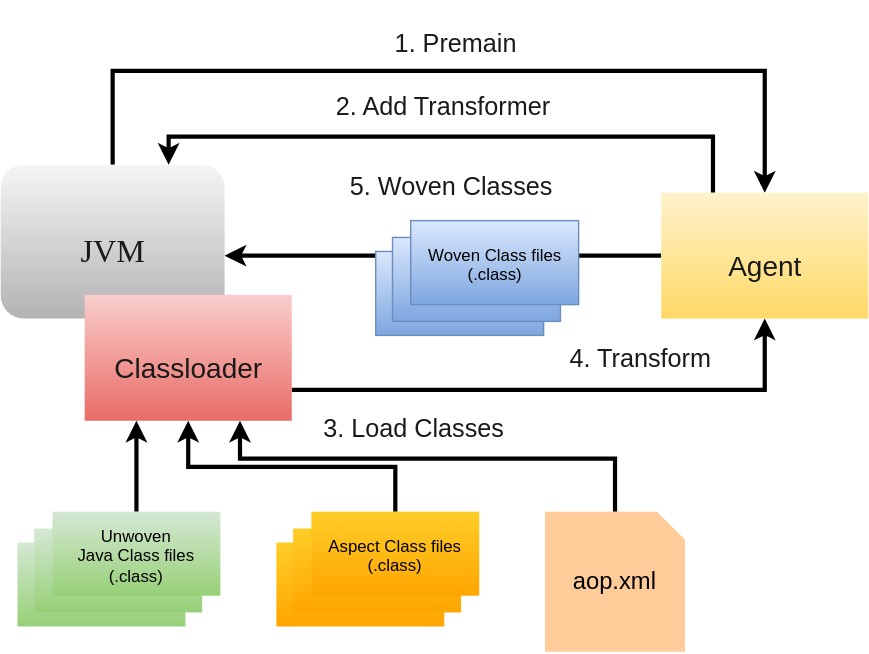
The draw.io diagram img/aspectj-loadtime-weaving.svg in indrabasak/spring-loadtime-weaving-example, before a commit. Source tidied: cells renumbered, new cells last; positions are measured from the earlier drawing's top-left corner, leaving out a move shared by most shapes.
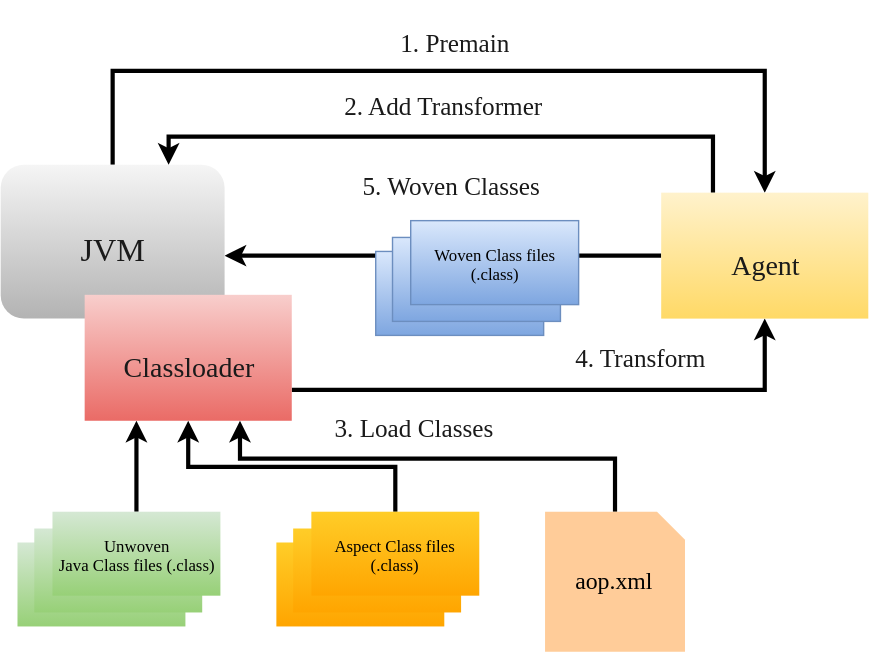
Above is the later version.

Diff of the diagram source:
```diff
@@ -2,43 +2,43 @@
   <root>
     <mxCell id="0" />
     <mxCell id="1" parent="0" />
-    <mxCell id="2" style="edgeStyle=orthogonalEdgeStyle;rounded=0;html=1;exitX=0;exitY=0.5;entryX=1;entryY=0.591;entryPerimeter=0;jettySize=auto;strokeWidth=3;fontSize=40;fontColor=#00CC00;" parent="1" edge="1" source="19" target="15">
+    <mxCell id="2" style="edgeStyle=orthogonalEdgeStyle;rounded=0;html=1;exitX=0;exitY=0.5;entryX=1;entryY=0.591;entryPerimeter=0;jettySize=auto;strokeWidth=3;fontSize=40;fontColor=#00CC00;fontFamily=Garamond;" parent="1" edge="1" source="19" target="15">
       <mxGeometry relative="1" as="geometry" />
     </mxCell>
-    <mxCell id="3" style="rounded=0;whiteSpace=wrap;html=1;fillColor=#d5e8d4;strokeColor=none;gradientColor=#97d077;" parent="1" vertex="1">
+    <mxCell id="3" style="rounded=0;whiteSpace=wrap;html=1;fillColor=#d5e8d4;strokeColor=none;gradientColor=#97d077;fontFamily=Garamond;" parent="1" vertex="1">
       <mxGeometry x="12" y="387" width="120" height="60" as="geometry" />
     </mxCell>
-    <mxCell id="4" style="rounded=0;whiteSpace=wrap;html=1;fillColor=#d5e8d4;strokeColor=none;gradientColor=#97d077;" parent="1" vertex="1">
+    <mxCell id="4" style="rounded=0;whiteSpace=wrap;html=1;fillColor=#d5e8d4;strokeColor=none;gradientColor=#97d077;fontFamily=Garamond;" parent="1" vertex="1">
       <mxGeometry x="24" y="377" width="120" height="60" as="geometry" />
     </mxCell>
-    <mxCell id="5" style="edgeStyle=orthogonalEdgeStyle;rounded=0;html=1;exitX=0.5;exitY=0;entryX=0.25;entryY=1;jettySize=auto;strokeWidth=3;fontSize=40;fontColor=#00CC00;" parent="1" edge="1" source="6" target="17">
+    <mxCell id="5" style="edgeStyle=orthogonalEdgeStyle;rounded=0;html=1;exitX=0.5;exitY=0;entryX=0.25;entryY=1;jettySize=auto;strokeWidth=3;fontSize=40;fontColor=#00CC00;fontFamily=Garamond;" parent="1" edge="1" source="6" target="17">
       <mxGeometry relative="1" as="geometry" />
     </mxCell>
-    <mxCell id="6" value="Unwoven &lt;br&gt;Java Class files (.class)" style="rounded=0;whiteSpace=wrap;html=1;fillColor=#d5e8d4;strokeColor=none;gradientColor=#97d077;" parent="1" vertex="1">
+    <mxCell id="6" value="Unwoven &lt;br&gt;Java Class files (.class)" style="rounded=0;whiteSpace=wrap;html=1;fillColor=#d5e8d4;strokeColor=none;gradientColor=#97d077;fontFamily=Garamond;" parent="1" vertex="1">
       <mxGeometry x="37" y="365" width="120" height="60" as="geometry" />
     </mxCell>
-    <mxCell id="7" style="rounded=0;whiteSpace=wrap;html=1;fillColor=#ffcd28;strokeColor=none;gradientColor=#ffa500;" parent="1" vertex="1">
+    <mxCell id="7" style="rounded=0;whiteSpace=wrap;html=1;fillColor=#ffcd28;strokeColor=none;gradientColor=#ffa500;fontFamily=Garamond;" parent="1" vertex="1">
       <mxGeometry x="197" y="387" width="120" height="60" as="geometry" />
     </mxCell>
-    <mxCell id="8" style="rounded=0;whiteSpace=wrap;html=1;fillColor=#ffcd28;strokeColor=none;gradientColor=#ffa500;" parent="1" vertex="1">
+    <mxCell id="8" style="rounded=0;whiteSpace=wrap;html=1;fillColor=#ffcd28;strokeColor=none;gradientColor=#ffa500;fontFamily=Garamond;" parent="1" vertex="1">
       <mxGeometry x="209" y="377" width="120" height="60" as="geometry" />
     </mxCell>
-    <mxCell id="9" style="edgeStyle=orthogonalEdgeStyle;rounded=0;html=1;exitX=0.5;exitY=0;entryX=0.5;entryY=1;jettySize=auto;strokeWidth=3;fontSize=40;fontColor=#00CC00;" parent="1" edge="1" source="10" target="17">
+    <mxCell id="9" style="edgeStyle=orthogonalEdgeStyle;rounded=0;html=1;exitX=0.5;exitY=0;entryX=0.5;entryY=1;jettySize=auto;strokeWidth=3;fontSize=40;fontColor=#00CC00;fontFamily=Garamond;" parent="1" edge="1" source="10" target="17">
       <mxGeometry relative="1" as="geometry" />
     </mxCell>
-    <mxCell id="10" value="Aspect Class files (.class)" style="rounded=0;whiteSpace=wrap;html=1;fillColor=#ffcd28;strokeColor=none;gradientColor=#ffa500;" parent="1" vertex="1">
+    <mxCell id="10" value="Aspect Class files (.class)" style="rounded=0;whiteSpace=wrap;html=1;fillColor=#ffcd28;strokeColor=none;gradientColor=#ffa500;fontFamily=Garamond;" parent="1" vertex="1">
       <mxGeometry x="222" y="365" width="120" height="60" as="geometry" />
     </mxCell>
-    <mxCell id="11" style="rounded=0;whiteSpace=wrap;html=1;fillColor=#dae8fc;strokeColor=#6c8ebf;gradientColor=#7ea6e0;" parent="1" vertex="1">
+    <mxCell id="11" style="rounded=0;whiteSpace=wrap;html=1;fillColor=#dae8fc;strokeColor=#6c8ebf;gradientColor=#7ea6e0;fontFamily=Garamond;" parent="1" vertex="1">
       <mxGeometry x="268" y="179" width="120" height="60" as="geometry" />
     </mxCell>
-    <mxCell id="12" style="rounded=0;whiteSpace=wrap;html=1;fillColor=#dae8fc;strokeColor=#6c8ebf;gradientColor=#7ea6e0;" parent="1" vertex="1">
+    <mxCell id="12" style="rounded=0;whiteSpace=wrap;html=1;fillColor=#dae8fc;strokeColor=#6c8ebf;gradientColor=#7ea6e0;fontFamily=Garamond;" parent="1" vertex="1">
       <mxGeometry x="280" y="169" width="120" height="60" as="geometry" />
     </mxCell>
-    <mxCell id="13" value="Woven Class files (.class)" style="rounded=0;whiteSpace=wrap;html=1;fillColor=#dae8fc;strokeColor=#6c8ebf;gradientColor=#7ea6e0;" parent="1" vertex="1">
+    <mxCell id="13" value="Woven Class files (.class)" style="rounded=0;whiteSpace=wrap;html=1;fillColor=#dae8fc;strokeColor=#6c8ebf;gradientColor=#7ea6e0;fontFamily=Garamond;" parent="1" vertex="1">
       <mxGeometry x="293" y="157" width="120" height="60" as="geometry" />
     </mxCell>
-    <mxCell id="14" style="edgeStyle=orthogonalEdgeStyle;rounded=0;html=1;exitX=0.5;exitY=0;entryX=0.5;entryY=0;jettySize=auto;fontSize=40;fontColor=#00CC00;strokeWidth=3;" parent="1" edge="1" source="15" target="19">
+    <mxCell id="14" style="edgeStyle=orthogonalEdgeStyle;rounded=0;html=1;exitX=0.5;exitY=0;entryX=0.5;entryY=0;jettySize=auto;fontSize=40;fontColor=#00CC00;strokeWidth=3;fontFamily=Garamond;" parent="1" edge="1" source="15" target="19">
       <mxGeometry relative="1" as="geometry">
         <Array as="points">
           <mxPoint x="80" y="50" />
@@ -46,22 +46,22 @@
         </Array>
       </mxGeometry>
     </mxCell>
-    <mxCell id="15" value="&lt;font face=&quot;Garamond&quot; color=&quot;#1a1a1a&quot; style=&quot;font-size: 23px&quot;&gt;JVM&lt;/font&gt;" style="rounded=1;whiteSpace=wrap;html=1;fontSize=40;fontColor=#00CC00;strokeColor=none;fillColor=#f5f5f5;gradientColor=#b3b3b3;" parent="1" vertex="1">
+    <mxCell id="15" value="&lt;font face=&quot;Garamond&quot; color=&quot;#1a1a1a&quot; style=&quot;font-size: 23px&quot;&gt;JVM&lt;/font&gt;" style="rounded=1;whiteSpace=wrap;html=1;fontSize=40;fontColor=#00CC00;strokeColor=none;fillColor=#f5f5f5;gradientColor=#b3b3b3;fontFamily=Garamond;" parent="1" vertex="1">
       <mxGeometry y="117" width="160" height="110" as="geometry" />
     </mxCell>
-    <mxCell id="16" style="edgeStyle=orthogonalEdgeStyle;rounded=0;html=1;exitX=1;exitY=0.75;entryX=0.5;entryY=1;jettySize=auto;strokeWidth=3;fontSize=40;fontColor=#00CC00;" parent="1" edge="1" source="17" target="19">
+    <mxCell id="16" style="edgeStyle=orthogonalEdgeStyle;rounded=0;html=1;exitX=1;exitY=0.75;entryX=0.5;entryY=1;jettySize=auto;strokeWidth=3;fontSize=40;fontColor=#00CC00;fontFamily=Garamond;" parent="1" edge="1" source="17" target="19">
       <mxGeometry relative="1" as="geometry" />
     </mxCell>
-    <mxCell id="17" value="&lt;font style=&quot;font-size: 20px&quot; color=&quot;#1a1a1a&quot;&gt;Classloader&lt;/font&gt;" style="rounded=0;whiteSpace=wrap;html=1;fontSize=40;fontColor=#00CC00;fillColor=#f8cecc;strokeColor=none;gradientColor=#ea6b66;" parent="1" vertex="1">
+    <mxCell id="17" value="&lt;font style=&quot;font-size: 20px&quot; color=&quot;#1a1a1a&quot;&gt;Classloader&lt;/font&gt;" style="rounded=0;whiteSpace=wrap;html=1;fontSize=40;fontColor=#00CC00;fillColor=#f8cecc;strokeColor=none;gradientColor=#ea6b66;fontFamily=Garamond;" parent="1" vertex="1">
       <mxGeometry x="60" y="210" width="148" height="90" as="geometry" />
     </mxCell>
-    <mxCell id="18" style="edgeStyle=orthogonalEdgeStyle;rounded=0;html=1;exitX=0.25;exitY=0;entryX=0.75;entryY=0;jettySize=auto;fontSize=40;fontColor=#00CC00;strokeWidth=3;" parent="1" edge="1" source="19" target="15">
+    <mxCell id="18" style="edgeStyle=orthogonalEdgeStyle;rounded=0;html=1;exitX=0.25;exitY=0;entryX=0.75;entryY=0;jettySize=auto;fontSize=40;fontColor=#00CC00;strokeWidth=3;fontFamily=Garamond;" parent="1" edge="1" source="19" target="15">
       <mxGeometry relative="1" as="geometry" />
     </mxCell>
-    <mxCell id="19" value="&lt;font style=&quot;font-size: 20px&quot; color=&quot;#1a1a1a&quot;&gt;Agent&lt;/font&gt;" style="rounded=0;whiteSpace=wrap;html=1;fontSize=40;fontColor=#00CC00;fillColor=#fff2cc;strokeColor=none;gradientColor=#ffd966;" parent="1" vertex="1">
+    <mxCell id="19" value="&lt;font style=&quot;font-size: 20px&quot; color=&quot;#1a1a1a&quot;&gt;Agent&lt;/font&gt;" style="rounded=0;whiteSpace=wrap;html=1;fontSize=40;fontColor=#00CC00;fillColor=#fff2cc;strokeColor=none;gradientColor=#ffd966;fontFamily=Garamond;" parent="1" vertex="1">
       <mxGeometry x="472" y="137" width="148" height="90" as="geometry" />
     </mxCell>
-    <mxCell id="20" style="edgeStyle=orthogonalEdgeStyle;rounded=0;html=1;exitX=0.5;exitY=0;entryX=0.75;entryY=1;jettySize=auto;strokeWidth=3;fontSize=40;fontColor=#00CC00;" parent="1" edge="1" source="21" target="17">
+    <mxCell id="20" style="edgeStyle=orthogonalEdgeStyle;rounded=0;html=1;exitX=0.5;exitY=0;entryX=0.75;entryY=1;jettySize=auto;strokeWidth=3;fontSize=40;fontColor=#00CC00;fontFamily=Garamond;" parent="1" edge="1" source="21" target="17">
       <mxGeometry relative="1" as="geometry">
         <Array as="points">
           <mxPoint x="439" y="327" />
@@ -69,22 +69,22 @@
         </Array>
       </mxGeometry>
     </mxCell>
-    <mxCell id="21" value="aop.xml" style="shape=note;strokeWidth=2;fontSize=17;size=20;whiteSpace=wrap;html=1;fillColor=#ffcc99;strokeColor=none;" parent="1" vertex="1">
+    <mxCell id="21" value="aop.xml" style="shape=note;strokeWidth=2;fontSize=17;size=20;whiteSpace=wrap;html=1;fillColor=#ffcc99;strokeColor=none;fontFamily=Garamond;" parent="1" vertex="1">
       <mxGeometry x="389" y="365" width="100" height="100" as="geometry" />
     </mxCell>
-    <mxCell id="22" value="&lt;font style=&quot;font-size: 18px;&quot; color=&quot;#1a1a1a&quot;&gt;1. Premain&lt;/font&gt;" style="text;html=1;align=center;verticalAlign=middle;fillColor=none;strokeColor=none;rounded=0;fontSize=18;fontColor=#1A1A1A;" parent="1" vertex="1">
+    <mxCell id="22" value="&lt;font style=&quot;font-size: 18px;&quot; color=&quot;#1a1a1a&quot;&gt;1. Premain&lt;/font&gt;" style="text;html=1;align=center;verticalAlign=middle;fillColor=none;strokeColor=none;rounded=0;fontSize=18;fontColor=#1A1A1A;fontFamily=Garamond;" parent="1" vertex="1">
       <mxGeometry x="270" width="110" height="60" as="geometry" />
     </mxCell>
-    <mxCell id="23" value="&lt;font style=&quot;font-size: 18px&quot; color=&quot;#1a1a1a&quot;&gt;2. Add Transformer&lt;/font&gt;" style="text;html=1;align=center;verticalAlign=middle;fillColor=none;strokeColor=none;rounded=0;fontSize=18;fontColor=#1A1A1A;" parent="1" vertex="1">
+    <mxCell id="23" value="&lt;font style=&quot;font-size: 18px&quot; color=&quot;#1a1a1a&quot;&gt;2. Add Transformer&lt;/font&gt;" style="text;html=1;align=center;verticalAlign=middle;fillColor=none;strokeColor=none;rounded=0;fontSize=18;fontColor=#1A1A1A;fontFamily=Garamond;" parent="1" vertex="1">
       <mxGeometry x="232" y="60" width="170" height="30" as="geometry" />
     </mxCell>
-    <mxCell id="24" value="&lt;font style=&quot;font-size: 18px&quot; color=&quot;#1a1a1a&quot;&gt;3. Load Classes&lt;/font&gt;" style="text;html=1;align=center;verticalAlign=middle;fillColor=none;strokeColor=none;rounded=0;fontSize=18;fontColor=#1A1A1A;" parent="1" vertex="1">
+    <mxCell id="24" value="&lt;font style=&quot;font-size: 18px&quot; color=&quot;#1a1a1a&quot;&gt;3. Load Classes&lt;/font&gt;" style="text;html=1;align=center;verticalAlign=middle;fillColor=none;strokeColor=none;rounded=0;fontSize=18;fontColor=#1A1A1A;fontFamily=Garamond;" parent="1" vertex="1">
       <mxGeometry x="225" y="290" width="140" height="30" as="geometry" />
     </mxCell>
-    <mxCell id="25" value="4. Transform" style="text;html=1;align=center;verticalAlign=middle;fillColor=none;strokeColor=none;rounded=0;fontSize=18;fontColor=#1A1A1A;" parent="1" vertex="1">
+    <mxCell id="25" value="4. Transform" style="text;html=1;align=center;verticalAlign=middle;fillColor=none;strokeColor=none;rounded=0;fontSize=18;fontColor=#1A1A1A;fontFamily=Garamond;" parent="1" vertex="1">
       <mxGeometry x="397" y="240" width="120" height="30" as="geometry" />
     </mxCell>
-    <mxCell id="26" value="&lt;font style=&quot;font-size: 18px&quot; color=&quot;#1a1a1a&quot;&gt;5. Woven Classes&lt;/font&gt;" style="text;html=1;align=center;verticalAlign=middle;fillColor=none;strokeColor=none;rounded=0;fontSize=18;fontColor=#1A1A1A;" parent="1" vertex="1">
+    <mxCell id="26" value="&lt;font style=&quot;font-size: 18px&quot; color=&quot;#1a1a1a&quot;&gt;5. Woven Classes&lt;/font&gt;" style="text;html=1;align=center;verticalAlign=middle;fillColor=none;strokeColor=none;rounded=0;fontSize=18;fontColor=#1A1A1A;fontFamily=Garamond;" parent="1" vertex="1">
       <mxGeometry x="242" y="117" width="160" height="30" as="geometry" />
     </mxCell>
   </root>
```
